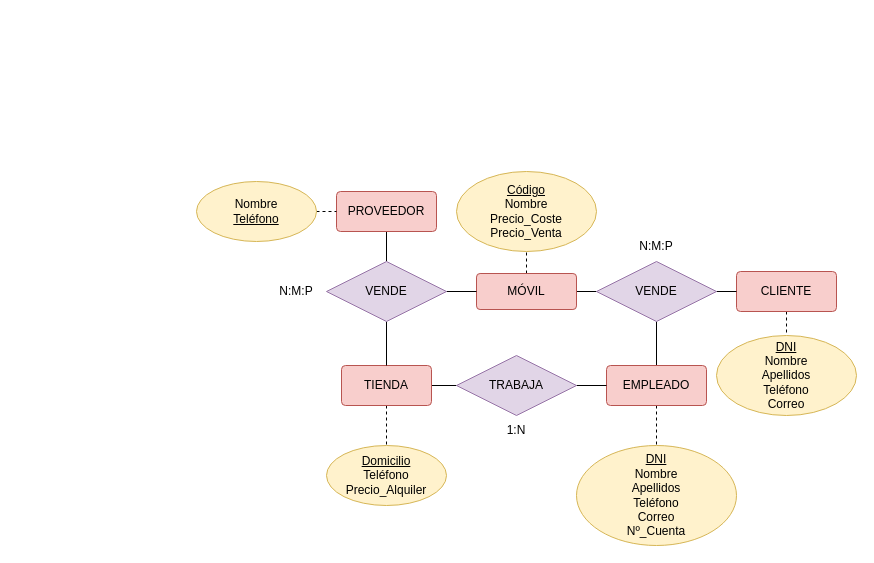
The draw.io diagram Ejercicio4_Tema1.drawio in antonionavarro04/diagramas, before the edit. Source tidied: cells renumbered, new cells numbered last; positions are measured from the earlier drawing's top-left corner, leaving out a move shared by most shapes. Both pictures are drawn from the tidied source at 100%, with x=0, y=0 at pixel (196, 171).
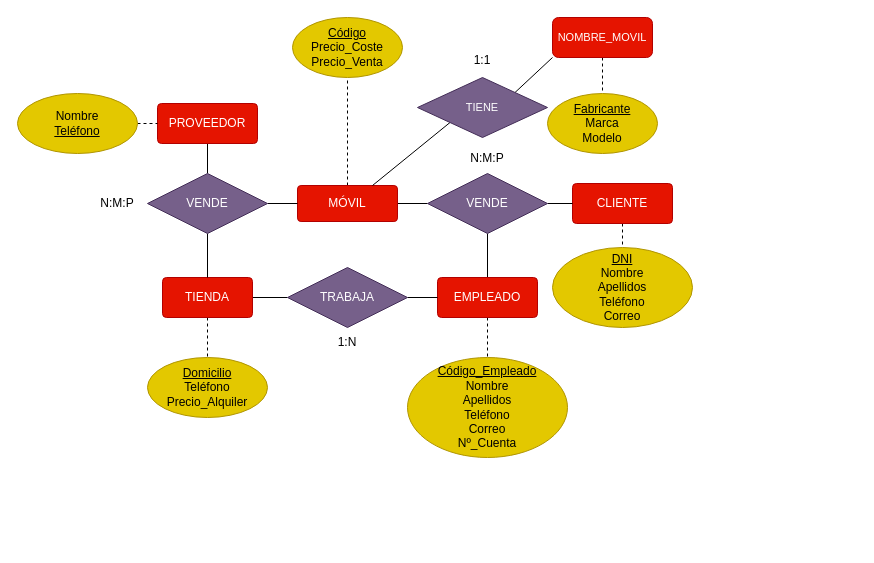
The same page after the edit.

The edit, as a diff of the source:
```diff
@@
-    <mxCell id="4" value="EMPLEADO" style="rounded=1;arcSize=10;whiteSpace=wrap;html=1;align=center;fillColor=#f8cecc;strokeColor=#b85450;" parent="1" vertex="1">
-      <mxGeometry x="410" y="194" width="100" height="40" as="geometry" />
+    <mxCell id="4" value="EMPLEADO" style="rounded=1;arcSize=10;whiteSpace=wrap;html=1;align=center;fillColor=#e51400;strokeColor=#B20000;fontColor=#ffffff;" parent="1" vertex="1">
+      <mxGeometry x="241" y="106" width="100" height="40" as="geometry" />
     </mxCell>
@@
-    <mxCell id="6" value="CLIENTE" style="rounded=1;arcSize=10;whiteSpace=wrap;html=1;align=center;fillColor=#f8cecc;strokeColor=#b85450;" parent="1" vertex="1">
-      <mxGeometry x="540" y="100" width="100" height="40" as="geometry" />
+    <mxCell id="6" value="CLIENTE" style="rounded=1;arcSize=10;whiteSpace=wrap;html=1;align=center;fillColor=#e51400;strokeColor=#B20000;fontColor=#ffffff;" parent="1" vertex="1">
+      <mxGeometry x="376" y="12" width="100" height="40" as="geometry" />
     </mxCell>
@@
-    <mxCell id="9" value="MÓVIL" style="rounded=1;arcSize=10;whiteSpace=wrap;html=1;align=center;fillColor=#f8cecc;strokeColor=#b85450;" parent="1" vertex="1">
-      <mxGeometry x="280" y="102" width="100" height="36" as="geometry" />
+    <mxCell id="9" value="MÓVIL" style="rounded=1;arcSize=10;whiteSpace=wrap;html=1;align=center;fillColor=#e51400;strokeColor=#B20000;fontColor=#ffffff;" parent="1" vertex="1">
+      <mxGeometry x="101" y="14" width="100" height="36" as="geometry" />
     </mxCell>
@@
-    <mxCell id="11" value="PROVEEDOR" style="rounded=1;arcSize=10;whiteSpace=wrap;html=1;align=center;fillColor=#f8cecc;strokeColor=#b85450;" parent="1" vertex="1">
-      <mxGeometry x="140" y="20" width="100" height="40" as="geometry" />
+    <mxCell id="11" value="PROVEEDOR" style="rounded=1;arcSize=10;whiteSpace=wrap;html=1;align=center;fillColor=#e51400;strokeColor=#B20000;fontColor=#ffffff;" parent="1" vertex="1">
+      <mxGeometry x="-39" y="-68" width="100" height="40" as="geometry" />
     </mxCell>
@@
-    <mxCell id="14" value="TIENDA" style="rounded=1;arcSize=10;whiteSpace=wrap;html=1;align=center;fillColor=#f8cecc;strokeColor=#b85450;" parent="1" vertex="1">
-      <mxGeometry x="145" y="194" width="90" height="40" as="geometry" />
+    <mxCell id="14" value="TIENDA" style="rounded=1;arcSize=10;whiteSpace=wrap;html=1;align=center;fillColor=#e51400;strokeColor=#B20000;fontColor=#ffffff;" parent="1" vertex="1">
+      <mxGeometry x="-34" y="106" width="90" height="40" as="geometry" />
     </mxCell>
-    <mxCell id="15" value="&lt;u&gt;Código&lt;/u&gt;&lt;br&gt;Nombre&lt;br&gt;Precio_Coste&lt;br&gt;Precio_Venta" style="ellipse;whiteSpace=wrap;html=1;align=center;rounded=0;fillColor=#fff2cc;strokeColor=#d6b656;" parent="1" vertex="1">
-      <mxGeometry x="260" width="140" height="80" as="geometry" />
+    <mxCell id="15" value="&lt;u&gt;Código&lt;/u&gt;&lt;br&gt;Precio_Coste&lt;br&gt;Precio_Venta" style="ellipse;whiteSpace=wrap;html=1;align=center;rounded=0;fillColor=#e3c800;strokeColor=#B09500;fontColor=#000000;" parent="1" vertex="1">
+      <mxGeometry x="96" y="-154" width="110" height="60" as="geometry" />
     </mxCell>
-    <mxCell id="16" value="&lt;u&gt;Domicilio&lt;/u&gt;&lt;br&gt;Teléfono&lt;br&gt;Precio_Alquiler" style="ellipse;whiteSpace=wrap;html=1;align=center;rounded=0;fillColor=#fff2cc;strokeColor=#d6b656;" parent="1" vertex="1">
-      <mxGeometry x="130" y="274" width="120" height="60" as="geometry" />
+    <mxCell id="16" value="&lt;u&gt;Domicilio&lt;/u&gt;&lt;br&gt;Teléfono&lt;br&gt;Precio_Alquiler" style="ellipse;whiteSpace=wrap;html=1;align=center;rounded=0;fillColor=#e3c800;strokeColor=#B09500;fontColor=#000000;" parent="1" vertex="1">
+      <mxGeometry x="-49" y="186" width="120" height="60" as="geometry" />
     </mxCell>
@@
-    <mxCell id="18" value="Nombre&lt;br&gt;&lt;u&gt;Teléfono&lt;/u&gt;" style="ellipse;whiteSpace=wrap;html=1;align=center;rounded=0;fillColor=#fff2cc;strokeColor=#d6b656;" parent="1" vertex="1">
-      <mxGeometry y="10" width="120" height="60" as="geometry" />
+    <mxCell id="18" value="Nombre&lt;br&gt;&lt;u&gt;Teléfono&lt;/u&gt;" style="ellipse;whiteSpace=wrap;html=1;align=center;rounded=0;fillColor=#e3c800;strokeColor=#B09500;fontColor=#000000;" parent="1" vertex="1">
+      <mxGeometry x="-179" y="-78" width="120" height="60" as="geometry" />
     </mxCell>
-    <mxCell id="19" value="&lt;u&gt;DNI&lt;/u&gt;&lt;br&gt;Nombre&lt;br&gt;Apellidos&lt;br&gt;Teléfono&lt;br&gt;Correo" style="ellipse;whiteSpace=wrap;html=1;align=center;rounded=0;fillColor=#fff2cc;strokeColor=#d6b656;" parent="1" vertex="1">
-      <mxGeometry x="520" y="164" width="140" height="80" as="geometry" />
+    <mxCell id="19" value="&lt;u&gt;DNI&lt;/u&gt;&lt;br&gt;Nombre&lt;br&gt;Apellidos&lt;br&gt;Teléfono&lt;br&gt;Correo" style="ellipse;whiteSpace=wrap;html=1;align=center;rounded=0;fillColor=#e3c800;strokeColor=#B09500;fontColor=#000000;" parent="1" vertex="1">
+      <mxGeometry x="356" y="76" width="140" height="80" as="geometry" />
     </mxCell>
-    <mxCell id="20" value="&lt;u&gt;DNI&lt;/u&gt;&lt;br&gt;Nombre&lt;br&gt;Apellidos&lt;br&gt;Teléfono&lt;br&gt;Correo&lt;br&gt;Nº_Cuenta" style="ellipse;whiteSpace=wrap;html=1;align=center;rounded=0;fillColor=#fff2cc;strokeColor=#d6b656;" parent="1" vertex="1">
-      <mxGeometry x="380" y="274" width="160" height="100" as="geometry" />
+    <mxCell id="20" value="&lt;u&gt;Código_Empleado&lt;/u&gt;&lt;br&gt;Nombre&lt;br&gt;Apellidos&lt;br&gt;Teléfono&lt;br&gt;Correo&lt;br&gt;Nº_Cuenta" style="ellipse;whiteSpace=wrap;html=1;align=center;rounded=0;fillColor=#e3c800;strokeColor=#B09500;fontColor=#000000;" parent="1" vertex="1">
+      <mxGeometry x="211" y="186" width="160" height="100" as="geometry" />
     </mxCell>
@@
-    <mxCell id="22" value="TRABAJA" style="shape=rhombus;perimeter=rhombusPerimeter;whiteSpace=wrap;html=1;align=center;rounded=0;fillColor=#e1d5e7;strokeColor=#9673a6;" parent="1" vertex="1">
-      <mxGeometry x="260" y="184" width="120" height="60" as="geometry" />
+    <mxCell id="22" value="TRABAJA" style="shape=rhombus;perimeter=rhombusPerimeter;whiteSpace=wrap;html=1;align=center;rounded=0;fillColor=#76608a;strokeColor=#432D57;fontColor=#ffffff;" parent="1" vertex="1">
+      <mxGeometry x="91" y="96" width="120" height="60" as="geometry" />
     </mxCell>
@@
-    <mxCell id="25" value="VENDE" style="shape=rhombus;perimeter=rhombusPerimeter;whiteSpace=wrap;html=1;align=center;rounded=0;fillColor=#e1d5e7;strokeColor=#9673a6;" parent="1" vertex="1">
-      <mxGeometry x="130" y="90" width="120" height="60" as="geometry" />
+    <mxCell id="25" value="VENDE" style="shape=rhombus;perimeter=rhombusPerimeter;whiteSpace=wrap;html=1;align=center;rounded=0;fillColor=#76608a;strokeColor=#432D57;fontColor=#ffffff;" parent="1" vertex="1">
+      <mxGeometry x="-49" y="2" width="120" height="60" as="geometry" />
     </mxCell>
@@
-    <mxCell id="27" value="VENDE" style="shape=rhombus;perimeter=rhombusPerimeter;whiteSpace=wrap;html=1;align=center;rounded=0;fillColor=#e1d5e7;strokeColor=#9673a6;" parent="1" vertex="1">
-      <mxGeometry x="400" y="90" width="120" height="60" as="geometry" />
+    <mxCell id="27" value="VENDE" style="shape=rhombus;perimeter=rhombusPerimeter;whiteSpace=wrap;html=1;align=center;rounded=0;fillColor=#76608a;strokeColor=#432D57;fontColor=#ffffff;" parent="1" vertex="1">
+      <mxGeometry x="231" y="2" width="120" height="60" as="geometry" />
     </mxCell>
     <mxCell id="28" value="N:M:P" style="text;html=1;strokeColor=none;fillColor=none;align=center;verticalAlign=middle;whiteSpace=wrap;rounded=0;" parent="1" vertex="1">
-      <mxGeometry x="430" y="60" width="60" height="30" as="geometry" />
+      <mxGeometry x="261" y="-28" width="60" height="30" as="geometry" />
     </mxCell>
     <mxCell id="29" value="N:M:P" style="text;html=1;strokeColor=none;fillColor=none;align=center;verticalAlign=middle;whiteSpace=wrap;rounded=0;" parent="1" vertex="1">
-      <mxGeometry x="70" y="105" width="60" height="30" as="geometry" />
+      <mxGeometry x="-109" y="17" width="60" height="30" as="geometry" />
     </mxCell>
     <mxCell id="30" value="1:N" style="text;html=1;strokeColor=none;fillColor=none;align=center;verticalAlign=middle;whiteSpace=wrap;rounded=0;" parent="1" vertex="1">
-      <mxGeometry x="290" y="244" width="60" height="30" as="geometry" />
+      <mxGeometry x="121" y="156" width="60" height="30" as="geometry" />
     </mxCell>
+    <mxCell id="31" style="rounded=0;jettySize=auto;html=1;exitX=0;exitY=1;exitDx=0;exitDy=0;entryX=1;entryY=0;entryDx=0;entryDy=0;fontSize=11;endArrow=none;endFill=0;" parent="1" edge="1" source="33" target="35">
+      <mxGeometry relative="1" as="geometry" />
+    </mxCell>
+    <mxCell id="32" style="edgeStyle=none;rounded=0;jettySize=auto;html=1;exitX=0.5;exitY=1;exitDx=0;exitDy=0;entryX=0.5;entryY=0;entryDx=0;entryDy=0;fontSize=11;endArrow=none;endFill=0;dashed=1;" parent="1" edge="1" source="33" target="36">
+      <mxGeometry relative="1" as="geometry" />
+    </mxCell>
+    <mxCell id="33" value="NOMBRE_MOVIL" style="rounded=1;whiteSpace=wrap;html=1;strokeWidth=1;fontSize=11;fillColor=#e51400;strokeColor=#B20000;fontColor=#ffffff;" parent="1" vertex="1">
+      <mxGeometry x="356" y="-154" width="100" height="40" as="geometry" />
+    </mxCell>
+    <mxCell id="34" style="edgeStyle=none;rounded=0;jettySize=auto;html=1;exitX=0;exitY=1;exitDx=0;exitDy=0;entryX=0.75;entryY=0;entryDx=0;entryDy=0;fontSize=11;endArrow=none;endFill=0;" parent="1" edge="1" source="35" target="9">
+      <mxGeometry relative="1" as="geometry" />
+    </mxCell>
+    <mxCell id="35" value="TIENE" style="rhombus;whiteSpace=wrap;html=1;rounded=0;strokeWidth=1;fontSize=11;fillColor=#76608a;strokeColor=#432D57;fontColor=#ffffff;" parent="1" vertex="1">
+      <mxGeometry x="221" y="-94" width="130" height="60" as="geometry" />
+    </mxCell>
+    <mxCell id="36" value="&lt;u&gt;Fabricante&lt;/u&gt;&lt;br&gt;Marca&lt;br&gt;Modelo" style="ellipse;whiteSpace=wrap;html=1;align=center;rounded=0;fillColor=#e3c800;strokeColor=#B09500;fontColor=#000000;" parent="1" vertex="1">
+      <mxGeometry x="351" y="-78" width="110" height="60" as="geometry" />
+    </mxCell>
+    <mxCell id="37" value="1:1" style="text;html=1;strokeColor=none;fillColor=none;align=center;verticalAlign=middle;whiteSpace=wrap;rounded=0;" parent="1" vertex="1">
+      <mxGeometry x="256" y="-126" width="60" height="30" as="geometry" />
+    </mxCell>
```
